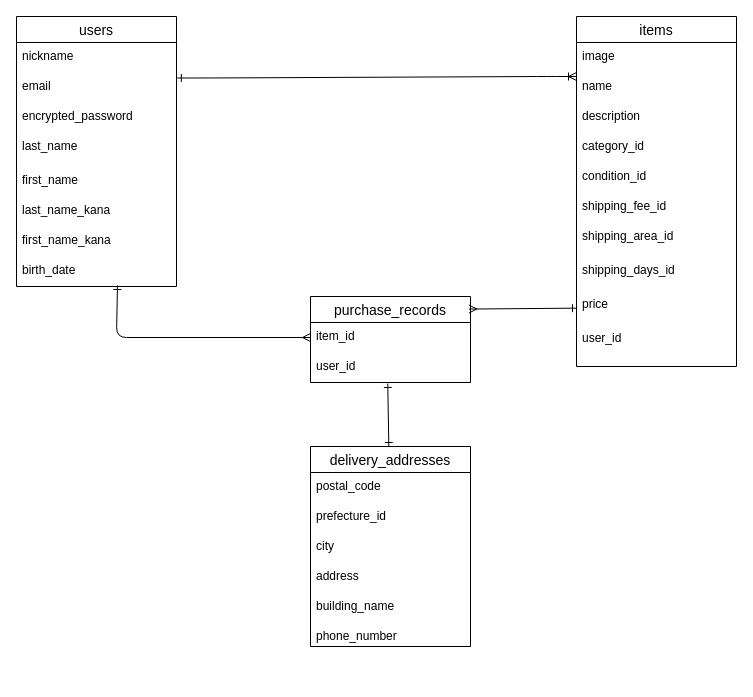
Maesawa-code/furima-41754 keeps this draw.io diagram as ER.dio. Above is the earlier version. Source tidied: cells renumbered, new cells numbered last; positions are measured from the earlier drawing's top-left corner, leaving out a move shared by most shapes. Both pictures are drawn from the tidied source at 100%, with x=0, y=0 at pixel (16, 16).
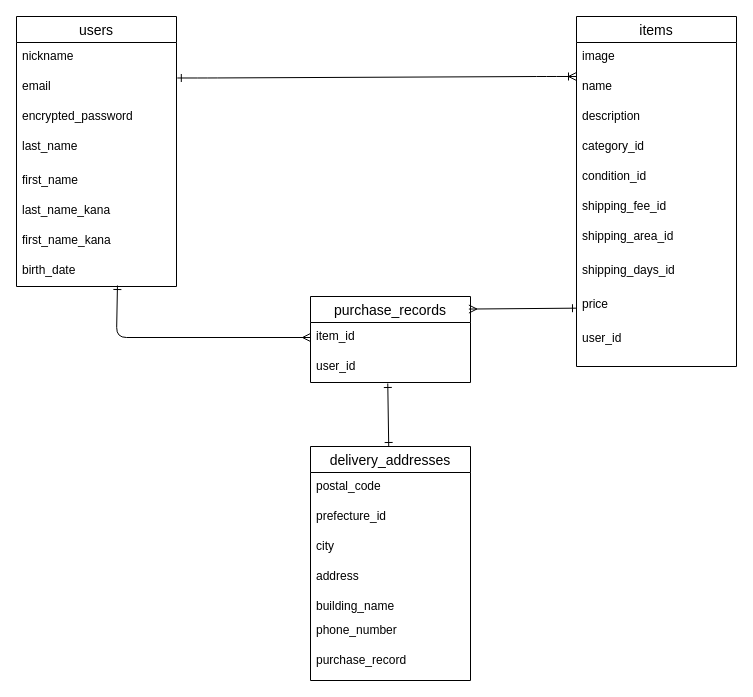
Above is the later version.

Change to the diagram source:
```diff
@@
     <mxCell id="23" value="delivery_addresses" style="swimlane;fontStyle=0;horizontal=1;startSize=26;align=center;fontSize=14;" parent="1" vertex="1">
-      <mxGeometry x="294" y="430" width="160" height="200" as="geometry" />
+      <mxGeometry x="294" y="430" width="160" height="234" as="geometry" />
     </mxCell>
@@
     <mxCell id="26" value="city" style="text;strokeColor=none;fillColor=none;spacingLeft=4;spacingRight=4;overflow=hidden;fontSize=12;" parent="23" vertex="1">
-      <mxGeometry y="86" width="160" height="114" as="geometry" />
+      <mxGeometry y="86" width="160" height="84" as="geometry" />
     </mxCell>
+    <mxCell id="36" value="phone_number" style="text;strokeColor=none;fillColor=none;spacingLeft=4;spacingRight=4;overflow=hidden;fontSize=12;" parent="23" vertex="1">
+      <mxGeometry y="170" width="160" height="30" as="geometry" />
+    </mxCell>
+    <mxCell id="35" value="purchase_record" style="text;strokeColor=none;fillColor=none;spacingLeft=4;spacingRight=4;overflow=hidden;fontSize=12;" parent="23" vertex="1">
+      <mxGeometry y="200" width="160" height="34" as="geometry" />
+    </mxCell>
@@
-    <mxCell id="35" value="phone_number" style="text;strokeColor=none;fillColor=none;spacingLeft=4;spacingRight=4;overflow=hidden;fontSize=12;" parent="1" vertex="1">
-      <mxGeometry x="294" y="606" width="160" height="30" as="geometry" />
-    </mxCell>
```
